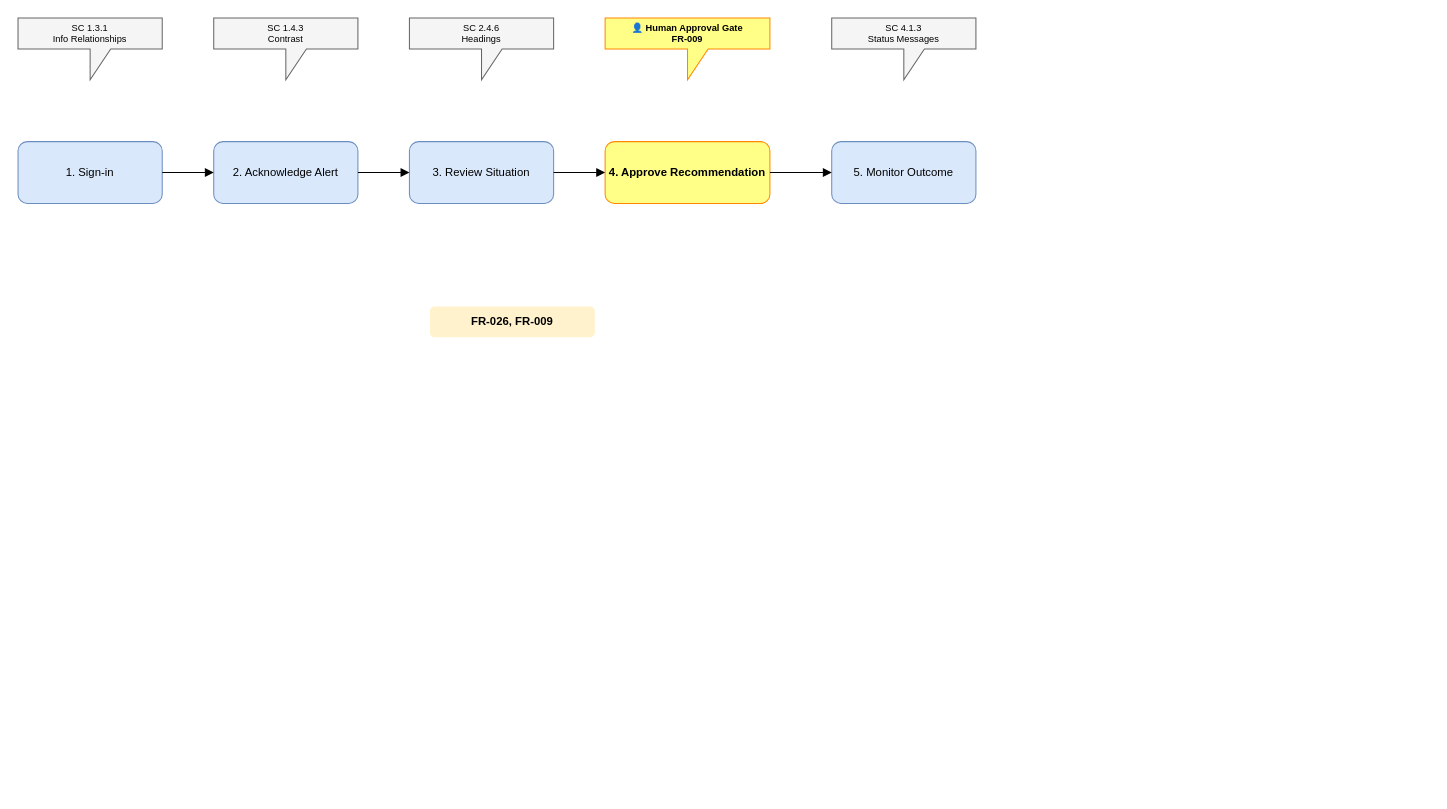
The draw.io diagram docs/architecture/accessibility/ops-dashboard-user-journey.drawio in johnbilliris/ama, before the edit. Source tidied: cells renumbered, new cells numbered last; positions are measured from the earlier drawing's top-left corner, leaving out a move shared by most shapes. Both pictures are drawn from the tidied source at 103%, with x=0, y=0 at pixel (18, 18).
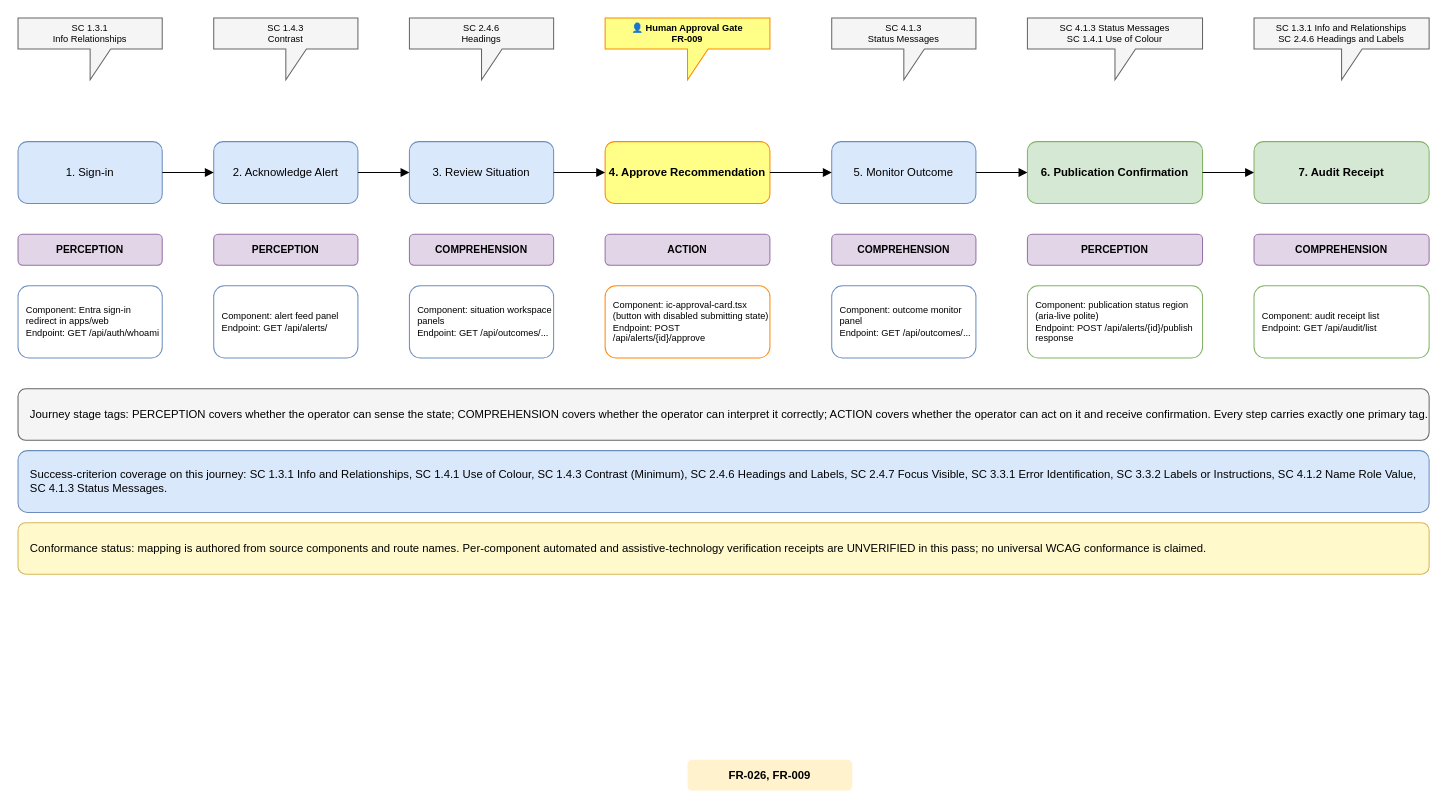
After the change.

The change refers to these unchanged cells:
```xml
<mxCell id="6" value="5. Monitor Outcome" style="rounded=1;whiteSpace=wrap;html=1;fillColor=#dae8fc;strokeColor=#6c8ebf;fontSize=11;" parent="1" vertex="1">
  <mxGeometry x="790" y="120" width="140" height="60" as="geometry" />
</mxCell>
```

Diff of the diagram source:
```diff
@@
     <mxCell id="16" value="FR-026, FR-009" style="text;html=1;strokeColor=none;fillColor=#fff2cc;align=center;verticalAlign=middle;whiteSpace=wrap;rounded=1;fontSize=11;fontStyle=1;" parent="1" vertex="1">
-      <mxGeometry x="400" y="280" width="160" height="30" as="geometry" />
+      <mxGeometry x="650" y="720" width="160" height="30" as="geometry" />
     </mxCell>
+    <mxCell id="17" value="6. Publication Confirmation" style="rounded=1;whiteSpace=wrap;html=1;fillColor=#d5e8d4;strokeColor=#82b366;fontSize=11;fontStyle=1;" parent="1" vertex="1">
+      <mxGeometry x="980" y="120" width="170" height="60" as="geometry" />
+    </mxCell>
+    <mxCell id="18" value="7. Audit Receipt" style="rounded=1;whiteSpace=wrap;html=1;fillColor=#d5e8d4;strokeColor=#82b366;fontSize=11;fontStyle=1;" parent="1" vertex="1">
+      <mxGeometry x="1200" y="120" width="170" height="60" as="geometry" />
+    </mxCell>
+    <mxCell id="19" value="SC 4.1.3 Status Messages&#10;SC 1.4.1 Use of Colour" style="shape=callout;whiteSpace=wrap;html=1;fillColor=#f5f5f5;strokeColor=#666666;fontSize=9;" parent="1" vertex="1">
+      <mxGeometry x="980" width="170" height="60" as="geometry" />
+    </mxCell>
+    <mxCell id="20" value="SC 1.3.1 Info and Relationships&#10;SC 2.4.6 Headings and Labels" style="shape=callout;whiteSpace=wrap;html=1;fillColor=#f5f5f5;strokeColor=#666666;fontSize=9;" parent="1" vertex="1">
+      <mxGeometry x="1200" width="170" height="60" as="geometry" />
+    </mxCell>
+    <mxCell id="21" style="edgeStyle=orthogonalEdgeStyle;rounded=0;html=1;endArrow=block;endFill=1;" parent="1" edge="1" source="6" target="17">
+      <mxGeometry relative="1" as="geometry" />
+    </mxCell>
+    <mxCell id="22" style="edgeStyle=orthogonalEdgeStyle;rounded=0;html=1;endArrow=block;endFill=1;" parent="1" edge="1" source="17" target="18">
+      <mxGeometry relative="1" as="geometry" />
+    </mxCell>
+    <mxCell id="23" value="PERCEPTION" style="rounded=1;whiteSpace=wrap;html=1;fillColor=#e1d5e7;strokeColor=#9673a6;fontSize=10;fontStyle=1;" parent="1" vertex="1">
+      <mxGeometry y="210" width="140" height="30" as="geometry" />
+    </mxCell>
+    <mxCell id="24" value="PERCEPTION" style="rounded=1;whiteSpace=wrap;html=1;fillColor=#e1d5e7;strokeColor=#9673a6;fontSize=10;fontStyle=1;" parent="1" vertex="1">
+      <mxGeometry x="190" y="210" width="140" height="30" as="geometry" />
+    </mxCell>
+    <mxCell id="25" value="COMPREHENSION" style="rounded=1;whiteSpace=wrap;html=1;fillColor=#e1d5e7;strokeColor=#9673a6;fontSize=10;fontStyle=1;" parent="1" vertex="1">
+      <mxGeometry x="380" y="210" width="140" height="30" as="geometry" />
+    </mxCell>
+    <mxCell id="26" value="ACTION" style="rounded=1;whiteSpace=wrap;html=1;fillColor=#e1d5e7;strokeColor=#9673a6;fontSize=10;fontStyle=1;" parent="1" vertex="1">
+      <mxGeometry x="570" y="210" width="160" height="30" as="geometry" />
+    </mxCell>
+    <mxCell id="27" value="COMPREHENSION" style="rounded=1;whiteSpace=wrap;html=1;fillColor=#e1d5e7;strokeColor=#9673a6;fontSize=10;fontStyle=1;" parent="1" vertex="1">
+      <mxGeometry x="790" y="210" width="140" height="30" as="geometry" />
+    </mxCell>
+    <mxCell id="28" value="PERCEPTION" style="rounded=1;whiteSpace=wrap;html=1;fillColor=#e1d5e7;strokeColor=#9673a6;fontSize=10;fontStyle=1;" parent="1" vertex="1">
+      <mxGeometry x="980" y="210" width="170" height="30" as="geometry" />
+    </mxCell>
+    <mxCell id="29" value="COMPREHENSION" style="rounded=1;whiteSpace=wrap;html=1;fillColor=#e1d5e7;strokeColor=#9673a6;fontSize=10;fontStyle=1;" parent="1" vertex="1">
+      <mxGeometry x="1200" y="210" width="170" height="30" as="geometry" />
+    </mxCell>
+    <mxCell id="30" value="Component: Entra sign-in redirect in apps/web&#10;Endpoint: GET /api/auth/whoami" style="rounded=1;whiteSpace=wrap;html=1;fillColor=#ffffff;strokeColor=#6c8ebf;fontSize=9;align=left;spacingLeft=6;" parent="1" vertex="1">
+      <mxGeometry y="260" width="140" height="70" as="geometry" />
+    </mxCell>
+    <mxCell id="31" value="Component: alert feed panel&#10;Endpoint: GET /api/alerts/" style="rounded=1;whiteSpace=wrap;html=1;fillColor=#ffffff;strokeColor=#6c8ebf;fontSize=9;align=left;spacingLeft=6;" parent="1" vertex="1">
+      <mxGeometry x="190" y="260" width="140" height="70" as="geometry" />
+    </mxCell>
+    <mxCell id="32" value="Component: situation workspace panels&#10;Endpoint: GET /api/outcomes/..." style="rounded=1;whiteSpace=wrap;html=1;fillColor=#ffffff;strokeColor=#6c8ebf;fontSize=9;align=left;spacingLeft=6;" parent="1" vertex="1">
+      <mxGeometry x="380" y="260" width="140" height="70" as="geometry" />
+    </mxCell>
+    <mxCell id="33" value="Component: ic-approval-card.tsx (button with disabled submitting state)&#10;Endpoint: POST /api/alerts/{id}/approve" style="rounded=1;whiteSpace=wrap;html=1;fillColor=#ffffff;strokeColor=#FF8800;fontSize=9;align=left;spacingLeft=6;" parent="1" vertex="1">
+      <mxGeometry x="570" y="260" width="160" height="70" as="geometry" />
+    </mxCell>
+    <mxCell id="34" value="Component: outcome monitor panel&#10;Endpoint: GET /api/outcomes/..." style="rounded=1;whiteSpace=wrap;html=1;fillColor=#ffffff;strokeColor=#6c8ebf;fontSize=9;align=left;spacingLeft=6;" parent="1" vertex="1">
+      <mxGeometry x="790" y="260" width="140" height="70" as="geometry" />
+    </mxCell>
+    <mxCell id="35" value="Component: publication status region (aria-live polite)&#10;Endpoint: POST /api/alerts/{id}/publish response" style="rounded=1;whiteSpace=wrap;html=1;fillColor=#ffffff;strokeColor=#82b366;fontSize=9;align=left;spacingLeft=6;" parent="1" vertex="1">
+      <mxGeometry x="980" y="260" width="170" height="70" as="geometry" />
+    </mxCell>
+    <mxCell id="36" value="Component: audit receipt list&#10;Endpoint: GET /api/audit/list" style="rounded=1;whiteSpace=wrap;html=1;fillColor=#ffffff;strokeColor=#82b366;fontSize=9;align=left;spacingLeft=6;" parent="1" vertex="1">
+      <mxGeometry x="1200" y="260" width="170" height="70" as="geometry" />
+    </mxCell>
+    <mxCell id="37" value="Journey stage tags: PERCEPTION covers whether the operator can sense the state; COMPREHENSION covers whether the operator can interpret it correctly; ACTION covers whether the operator can act on it and receive confirmation. Every step carries exactly one primary tag." style="rounded=1;whiteSpace=wrap;html=1;fillColor=#f5f5f5;strokeColor=#666666;fontSize=11;align=left;spacingLeft=10;" parent="1" vertex="1">
+      <mxGeometry y="360" width="1370" height="50" as="geometry" />
+    </mxCell>
+    <mxCell id="38" value="Success-criterion coverage on this journey: SC 1.3.1 Info and Relationships, SC 1.4.1 Use of Colour, SC 1.4.3 Contrast (Minimum), SC 2.4.6 Headings and Labels, SC 2.4.7 Focus Visible, SC 3.3.1 Error Identification, SC 3.3.2 Labels or Instructions, SC 4.1.2 Name Role Value, SC 4.1.3 Status Messages." style="rounded=1;whiteSpace=wrap;html=1;fillColor=#dae8fc;strokeColor=#6c8ebf;fontSize=11;align=left;spacingLeft=10;" parent="1" vertex="1">
+      <mxGeometry y="420" width="1370" height="60" as="geometry" />
+    </mxCell>
+    <mxCell id="39" value="Conformance status: mapping is authored from source components and route names. Per-component automated and assistive-technology verification receipts are UNVERIFIED in this pass; no universal WCAG conformance is claimed." style="rounded=1;whiteSpace=wrap;html=1;fillColor=#fff9cc;strokeColor=#d6b656;fontSize=11;align=left;spacingLeft=10;" parent="1" vertex="1">
+      <mxGeometry y="490" width="1370" height="50" as="geometry" />
+    </mxCell>
```
